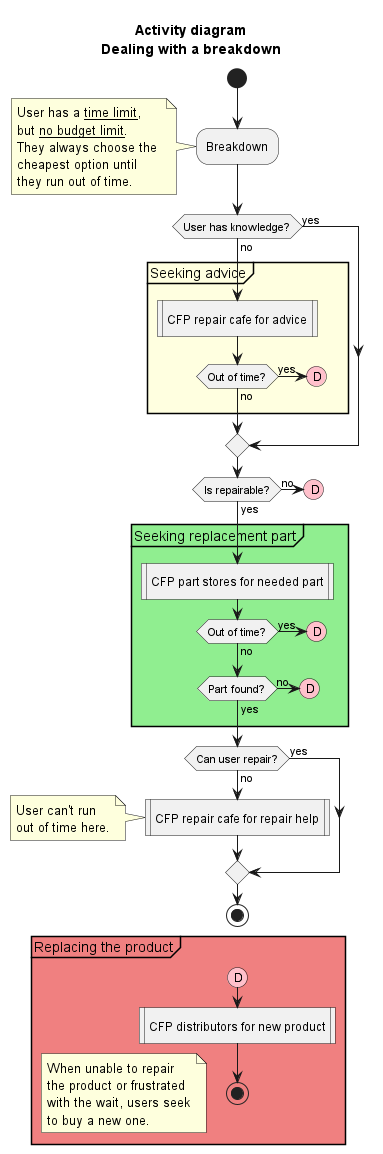
Above: images/breakdown.png in antoine-agre/EconomieCirculaire (PlantUML), before the change. Its diagram source:
```plantuml
@startuml breakdown
title Activity diagram\nDealing with a breakdown

start
:Breakdown;
note left
    User has a __time limit__,
    but __no budget limit__.
    They always choose the
    cheapest option until
    they run out of time.
end note

if (User has knowledge?) then (yes)
else (no)
    group #lightYellow "Seeking advice" {
        :CFP repair cafe for advice; <<procedure>>
        if (Out of time?) then (yes)
            #pink:(D)
        else (no)
        endif
    }
endif

if (Is repairable?) then (yes)
else (no)
    #pink:(D)
endif

group #lightGreen "Seeking replacement part" {
    :CFP part stores for needed part; <<procedure>>
    if (Out of time?) then (yes)
        #pink:(D)
    else (no)
    endif
    if (Part found?) then (yes)
    else (no)
        #pink:(D)
    endif
}

if (Can user repair?) then (yes)
else (no)
    :CFP repair cafe for repair help; <<procedure>>
    note left
        User can't run
        out of time here.
    end note
endif
stop

group #lightCoral "Replacing the product" {
    #pink:(D)
    :CFP distributors for new product; <<procedure>>
    stop
}
floating note
    When unable to repair
    the product or frustrated
    with the wait, users seek
    to buy a new one.
end note

@enduml
```
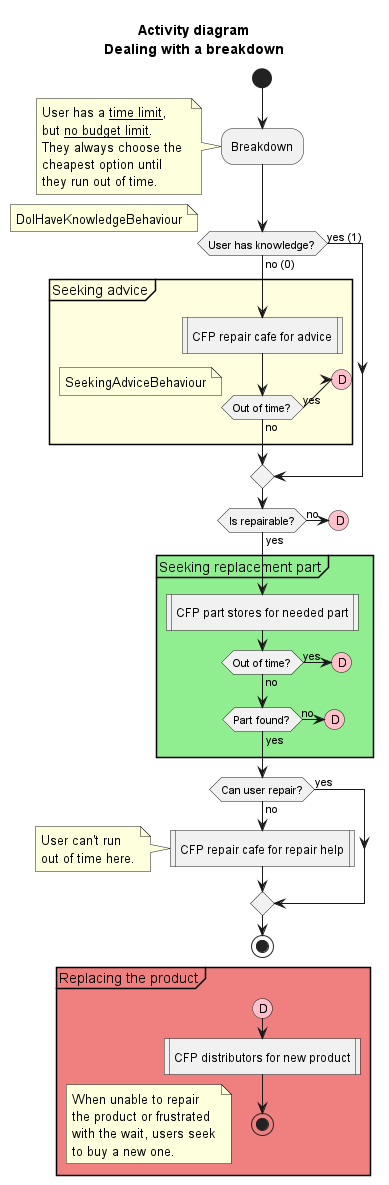
Later version of the same file.

Diff of the diagram source:
```diff
@@ -11,8 +11,9 @@
     they run out of time.
 end note
 
-if (User has knowledge?) then (yes)
-else (no)
+
+if (User has knowledge?) then (yes (1))
+else (no (0))
     group #lightYellow "Seeking advice" {
         :CFP repair cafe for advice; <<procedure>>
         if (Out of time?) then (yes)
@@ -20,7 +21,11 @@
         else (no)
         endif
     }
+    note left: SeekingAdviceBehaviour
 endif
+note left
+    DoIHaveKnowledgeBehaviour
+end note
 
 if (Is repairable?) then (yes)
 else (no)
```
